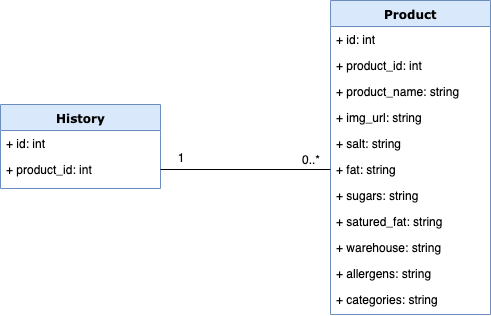
This is conception/physical_schema.png from ritchy7/udopdo, a draw.io export, as it was before one commit. Source tidied: cells renumbered, new cells last; positions are measured from the earlier drawing's top-left corner, leaving out a move shared by most shapes.
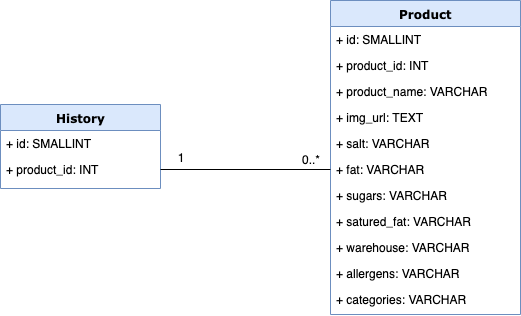
Later version of the same file.

Commit message:
Modification: vrais noms de champs.

The edit, as a diff of the source:
```diff
@@ -3,48 +3,48 @@
     <mxCell id="0" />
     <mxCell id="1" parent="0" />
     <mxCell id="2" value="Product" style="swimlane;html=1;fontStyle=1;align=center;verticalAlign=top;horizontal=1;startSize=26;swimlaneFillColor=#ffffff;rounded=0;shadow=0;comic=0;labelBackgroundColor=none;strokeColor=#6c8ebf;strokeWidth=1;fillColor=#dae8fc;fontFamily=Verdana;fontSize=12;" parent="1" vertex="1">
-      <mxGeometry x="330" width="160" height="314" as="geometry" />
+      <mxGeometry x="330" width="190" height="314" as="geometry" />
     </mxCell>
-    <mxCell id="3" value="+ id: int" style="text;html=1;strokeColor=none;fillColor=none;align=left;verticalAlign=top;spacingLeft=4;spacingRight=4;whiteSpace=wrap;overflow=hidden;" parent="2" vertex="1">
-      <mxGeometry y="26" width="160" height="26" as="geometry" />
+    <mxCell id="3" value="+ id: SMALLINT" style="text;html=1;strokeColor=none;fillColor=none;align=left;verticalAlign=top;spacingLeft=4;spacingRight=4;whiteSpace=wrap;overflow=hidden;" parent="2" vertex="1">
+      <mxGeometry y="26" width="190" height="26" as="geometry" />
     </mxCell>
-    <mxCell id="4" value="+ product_id: int" style="text;html=1;strokeColor=none;fillColor=none;align=left;verticalAlign=top;spacingLeft=4;spacingRight=4;whiteSpace=wrap;overflow=hidden;" parent="2" vertex="1">
-      <mxGeometry y="52" width="160" height="26" as="geometry" />
+    <mxCell id="4" value="+ product_id: INT" style="text;html=1;strokeColor=none;fillColor=none;align=left;verticalAlign=top;spacingLeft=4;spacingRight=4;whiteSpace=wrap;overflow=hidden;" parent="2" vertex="1">
+      <mxGeometry y="52" width="190" height="26" as="geometry" />
     </mxCell>
-    <mxCell id="5" value="+ product_name: string" style="text;html=1;strokeColor=none;fillColor=none;align=left;verticalAlign=top;spacingLeft=4;spacingRight=4;whiteSpace=wrap;overflow=hidden;" parent="2" vertex="1">
-      <mxGeometry y="78" width="160" height="26" as="geometry" />
+    <mxCell id="5" value="+ product_name: VARCHAR" style="text;html=1;strokeColor=none;fillColor=none;align=left;verticalAlign=top;spacingLeft=4;spacingRight=4;whiteSpace=wrap;overflow=hidden;" parent="2" vertex="1">
+      <mxGeometry y="78" width="190" height="26" as="geometry" />
     </mxCell>
-    <mxCell id="6" value="+ img_url: string" style="text;html=1;strokeColor=none;fillColor=none;align=left;verticalAlign=top;spacingLeft=4;spacingRight=4;whiteSpace=wrap;overflow=hidden;" parent="2" vertex="1">
-      <mxGeometry y="104" width="160" height="26" as="geometry" />
+    <mxCell id="6" value="+ img_url: TEXT" style="text;html=1;strokeColor=none;fillColor=none;align=left;verticalAlign=top;spacingLeft=4;spacingRight=4;whiteSpace=wrap;overflow=hidden;" parent="2" vertex="1">
+      <mxGeometry y="104" width="190" height="26" as="geometry" />
     </mxCell>
-    <mxCell id="7" value="+ salt: string" style="text;html=1;strokeColor=none;fillColor=none;align=left;verticalAlign=top;spacingLeft=4;spacingRight=4;whiteSpace=wrap;overflow=hidden;" parent="2" vertex="1">
-      <mxGeometry y="130" width="160" height="26" as="geometry" />
+    <mxCell id="7" value="+ salt: VARCHAR" style="text;html=1;strokeColor=none;fillColor=none;align=left;verticalAlign=top;spacingLeft=4;spacingRight=4;whiteSpace=wrap;overflow=hidden;" parent="2" vertex="1">
+      <mxGeometry y="130" width="190" height="26" as="geometry" />
     </mxCell>
-    <mxCell id="8" value="+ fat: string" style="text;html=1;strokeColor=none;fillColor=none;align=left;verticalAlign=top;spacingLeft=4;spacingRight=4;whiteSpace=wrap;overflow=hidden;points=[[0,0.5],[1,0.5]];portConstraint=eastwest;" parent="2" vertex="1">
-      <mxGeometry y="156" width="160" height="26" as="geometry" />
+    <mxCell id="8" value="+ fat: VARCHAR" style="text;html=1;strokeColor=none;fillColor=none;align=left;verticalAlign=top;spacingLeft=4;spacingRight=4;whiteSpace=wrap;overflow=hidden;points=[[0,0.5],[1,0.5]];portConstraint=eastwest;" parent="2" vertex="1">
+      <mxGeometry y="156" width="190" height="26" as="geometry" />
     </mxCell>
-    <mxCell id="9" value="+ sugars: string" style="text;html=1;strokeColor=none;fillColor=none;align=left;verticalAlign=top;spacingLeft=4;spacingRight=4;whiteSpace=wrap;overflow=hidden;" parent="2" vertex="1">
-      <mxGeometry y="182" width="160" height="26" as="geometry" />
+    <mxCell id="9" value="+ sugars: VARCHAR" style="text;html=1;strokeColor=none;fillColor=none;align=left;verticalAlign=top;spacingLeft=4;spacingRight=4;whiteSpace=wrap;overflow=hidden;" parent="2" vertex="1">
+      <mxGeometry y="182" width="190" height="26" as="geometry" />
     </mxCell>
-    <mxCell id="10" value="+ satured_fat: string" style="text;html=1;strokeColor=none;fillColor=none;align=left;verticalAlign=top;spacingLeft=4;spacingRight=4;whiteSpace=wrap;overflow=hidden;" parent="2" vertex="1">
-      <mxGeometry y="208" width="160" height="26" as="geometry" />
+    <mxCell id="10" value="+ satured_fat: VARCHAR" style="text;html=1;strokeColor=none;fillColor=none;align=left;verticalAlign=top;spacingLeft=4;spacingRight=4;whiteSpace=wrap;overflow=hidden;" parent="2" vertex="1">
+      <mxGeometry y="208" width="190" height="26" as="geometry" />
     </mxCell>
-    <mxCell id="11" value="+ warehouse: string" style="text;html=1;strokeColor=none;fillColor=none;align=left;verticalAlign=top;spacingLeft=4;spacingRight=4;whiteSpace=wrap;overflow=hidden;" parent="2" vertex="1">
-      <mxGeometry y="234" width="160" height="26" as="geometry" />
+    <mxCell id="11" value="+ warehouse: VARCHAR" style="text;html=1;strokeColor=none;fillColor=none;align=left;verticalAlign=top;spacingLeft=4;spacingRight=4;whiteSpace=wrap;overflow=hidden;" parent="2" vertex="1">
+      <mxGeometry y="234" width="190" height="26" as="geometry" />
     </mxCell>
-    <mxCell id="12" value="+ allergens: string" style="text;html=1;strokeColor=none;fillColor=none;align=left;verticalAlign=top;spacingLeft=4;spacingRight=4;whiteSpace=wrap;overflow=hidden;" parent="2" vertex="1">
-      <mxGeometry y="260" width="160" height="26" as="geometry" />
+    <mxCell id="12" value="+ allergens: VARCHAR" style="text;html=1;strokeColor=none;fillColor=none;align=left;verticalAlign=top;spacingLeft=4;spacingRight=4;whiteSpace=wrap;overflow=hidden;" parent="2" vertex="1">
+      <mxGeometry y="260" width="190" height="26" as="geometry" />
     </mxCell>
-    <mxCell id="13" value="+ categories: string" style="text;html=1;strokeColor=none;fillColor=none;align=left;verticalAlign=top;spacingLeft=4;spacingRight=4;whiteSpace=wrap;overflow=hidden;" parent="2" vertex="1">
-      <mxGeometry y="286" width="160" height="26" as="geometry" />
+    <mxCell id="13" value="+ categories: VARCHAR" style="text;html=1;strokeColor=none;fillColor=none;align=left;verticalAlign=top;spacingLeft=4;spacingRight=4;whiteSpace=wrap;overflow=hidden;" parent="2" vertex="1">
+      <mxGeometry y="286" width="190" height="26" as="geometry" />
     </mxCell>
     <mxCell id="14" value="History" style="swimlane;html=1;fontStyle=1;align=center;verticalAlign=top;horizontal=1;startSize=26;swimlaneFillColor=#ffffff;rounded=0;shadow=0;comic=0;labelBackgroundColor=none;strokeColor=#6c8ebf;strokeWidth=1;fillColor=#dae8fc;fontFamily=Verdana;fontSize=12;" parent="1" vertex="1">
       <mxGeometry y="104" width="160" height="84" as="geometry" />
     </mxCell>
-    <mxCell id="15" value="+ id: int" style="text;html=1;strokeColor=none;fillColor=none;align=left;verticalAlign=top;spacingLeft=4;spacingRight=4;whiteSpace=wrap;overflow=hidden;" parent="14" vertex="1">
+    <mxCell id="15" value="+ id: SMALLINT" style="text;html=1;strokeColor=none;fillColor=none;align=left;verticalAlign=top;spacingLeft=4;spacingRight=4;whiteSpace=wrap;overflow=hidden;" parent="14" vertex="1">
       <mxGeometry y="26" width="160" height="26" as="geometry" />
     </mxCell>
-    <mxCell id="16" value="+ product_id: int" style="text;html=1;strokeColor=none;fillColor=none;align=left;verticalAlign=top;spacingLeft=4;spacingRight=4;whiteSpace=wrap;overflow=hidden;points=[[0,0.5],[1,0.5]];portConstraint=eastwest;" parent="14" vertex="1">
+    <mxCell id="16" value="+ product_id: INT" style="text;html=1;strokeColor=none;fillColor=none;align=left;verticalAlign=top;spacingLeft=4;spacingRight=4;whiteSpace=wrap;overflow=hidden;points=[[0,0.5],[1,0.5]];portConstraint=eastwest;" parent="14" vertex="1">
       <mxGeometry y="52" width="160" height="26" as="geometry" />
     </mxCell>
     <mxCell id="17" style="edgeStyle=orthogonalEdgeStyle;rounded=0;jettySize=auto;html=1;exitX=0;exitY=0.5;exitDx=0;exitDy=0;entryX=1;entryY=0.5;entryDx=0;entryDy=0;endArrow=none;endFill=0;" parent="1" edge="1" source="8" target="16">
```
